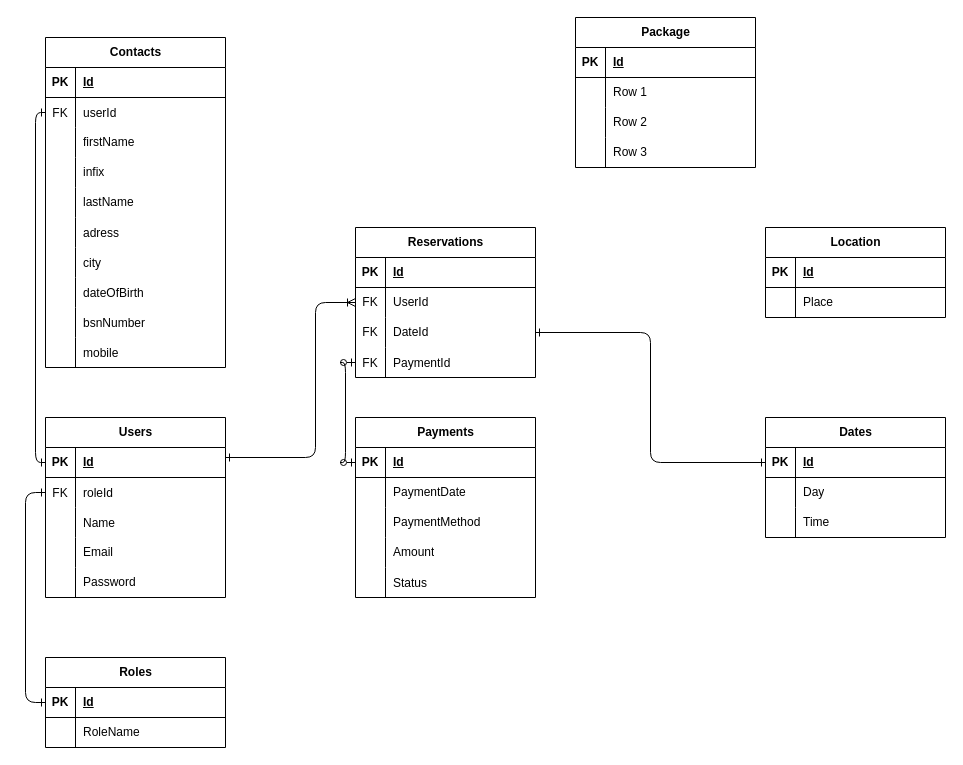
Above: database/erd.drawio in BleuSkell/windkracht12 (draw.io), before the change. Source tidied: cells renumbered, new cells numbered last; positions are measured from the earlier drawing's top-left corner, leaving out a move shared by most shapes. Both pictures are drawn from the tidied source at 100%, with x=0, y=0 at pixel (25, 17).
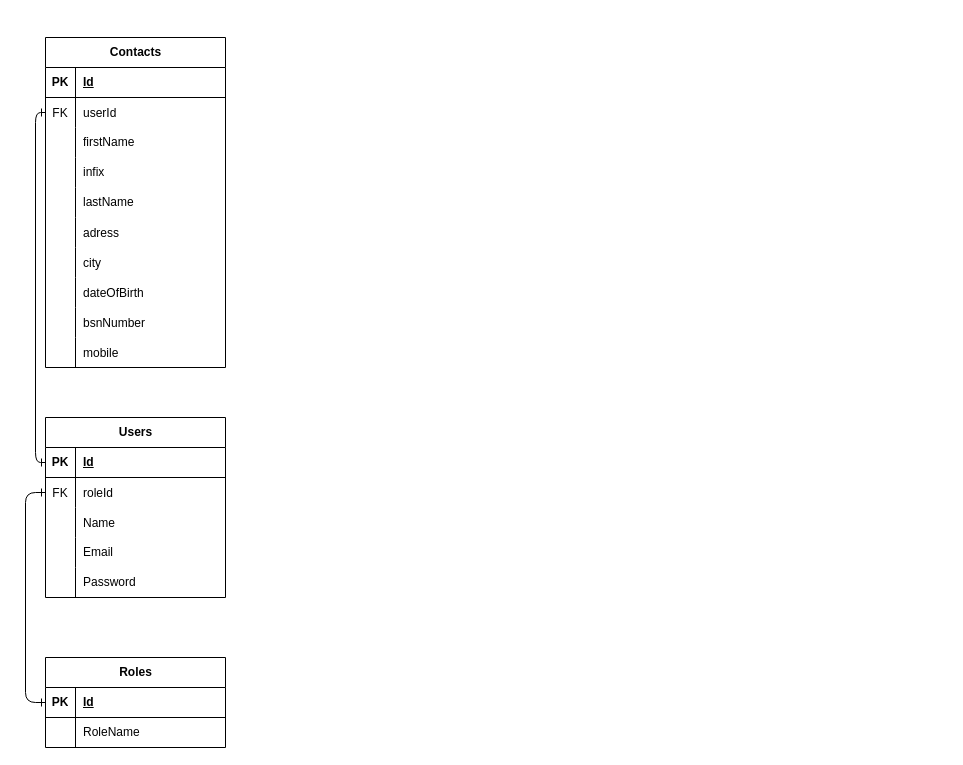
After the change.

The change refers to these unchanged cells:
```xml
<mxCell id="3" style="shape=tableRow;horizontal=0;startSize=0;swimlaneHead=0;swimlaneBody=0;fillColor=none;points=[[0,0.5],[1,0.5]];portConstraint=eastwest;top=0;left=0;right=0;bottom=1;" parent="2" vertex="1">
  <mxGeometry y="30" width="180" height="30" as="geometry" />
</mxCell>
```

What changed in the source:
```diff
@@
-    <mxCell id="25" value="Reservations" style="shape=table;startSize=30;childLayout=tableLayout;rowLines=0;fontStyle=1;align=center;html=1;" parent="1" vertex="1">
-      <mxGeometry x="330" y="210" width="180" height="150" as="geometry" />
-    </mxCell>
-    <mxCell id="26" style="shape=tableRow;horizontal=0;startSize=0;swimlaneHead=0;swimlaneBody=0;fillColor=none;top=0;left=0;right=0;bottom=1;" parent="25" vertex="1">
-      <mxGeometry y="30" width="180" height="30" as="geometry" />
-    </mxCell>
-    <mxCell id="27" value="PK" style="shape=partialRectangle;fillColor=none;top=0;left=0;bottom=0;right=0;fontStyle=1;overflow=hidden;whiteSpace=wrap;html=1;" parent="26" vertex="1">
-      <mxGeometry width="30" height="30" as="geometry" />
-    </mxCell>
-    <mxCell id="28" value="Id" style="shape=partialRectangle;fillColor=none;top=0;left=0;bottom=0;right=0;align=left;spacingLeft=6;fontStyle=5;overflow=hidden;whiteSpace=wrap;html=1;" parent="26" vertex="1">
-      <mxGeometry x="30" width="150" height="30" as="geometry" />
-    </mxCell>
-    <mxCell id="29" style="shape=tableRow;horizontal=0;startSize=0;swimlaneHead=0;swimlaneBody=0;fillColor=none;points=[[0,0.5],[1,0.5]];portConstraint=eastwest;top=0;left=0;right=0;bottom=0;" parent="25" vertex="1">
-      <mxGeometry y="60" width="180" height="30" as="geometry" />
-    </mxCell>
-    <mxCell id="30" value="FK" style="shape=partialRectangle;fillColor=none;top=0;left=0;bottom=0;right=0;overflow=hidden;whiteSpace=wrap;html=1;" parent="29" vertex="1">
-      <mxGeometry width="30" height="30" as="geometry" />
-    </mxCell>
-    <mxCell id="31" value="UserId" style="shape=partialRectangle;fillColor=none;top=0;left=0;bottom=0;right=0;align=left;spacingLeft=6;overflow=hidden;whiteSpace=wrap;html=1;" parent="29" vertex="1">
-      <mxGeometry x="30" width="150" height="30" as="geometry" />
-    </mxCell>
-    <mxCell id="32" style="shape=tableRow;horizontal=0;startSize=0;swimlaneHead=0;swimlaneBody=0;fillColor=none;points=[[0,0.5],[1,0.5]];portConstraint=eastwest;top=0;left=0;right=0;bottom=0;" parent="25" vertex="1">
-      <mxGeometry y="90" width="180" height="30" as="geometry" />
-    </mxCell>
-    <mxCell id="33" value="FK" style="shape=partialRectangle;fillColor=none;top=0;left=0;bottom=0;right=0;overflow=hidden;whiteSpace=wrap;html=1;" parent="32" vertex="1">
-      <mxGeometry width="30" height="30" as="geometry" />
-    </mxCell>
-    <mxCell id="34" value="DateId" style="shape=partialRectangle;fillColor=none;top=0;left=0;bottom=0;right=0;align=left;spacingLeft=6;overflow=hidden;whiteSpace=wrap;html=1;" parent="32" vertex="1">
-      <mxGeometry x="30" width="150" height="30" as="geometry" />
-    </mxCell>
-    <mxCell id="35" style="shape=tableRow;horizontal=0;startSize=0;swimlaneHead=0;swimlaneBody=0;fillColor=none;points=[[0,0.5],[1,0.5]];portConstraint=eastwest;top=0;left=0;right=0;bottom=0;" parent="25" vertex="1">
-      <mxGeometry y="120" width="180" height="30" as="geometry" />
-    </mxCell>
-    <mxCell id="36" value="FK" style="shape=partialRectangle;fillColor=none;top=0;left=0;bottom=0;right=0;overflow=hidden;" parent="35" vertex="1">
-      <mxGeometry width="30" height="30" as="geometry" />
-    </mxCell>
-    <mxCell id="37" value="PaymentId" style="shape=partialRectangle;fillColor=none;top=0;left=0;bottom=0;right=0;align=left;spacingLeft=6;overflow=hidden;" parent="35" vertex="1">
-      <mxGeometry x="30" width="150" height="30" as="geometry" />
-    </mxCell>
-    <mxCell id="38" value="Dates" style="shape=table;startSize=30;childLayout=tableLayout;rowLines=0;fontStyle=1;align=center;html=1;" parent="1" vertex="1">
-      <mxGeometry x="740" y="400" width="180" height="120" as="geometry" />
-    </mxCell>
-    <mxCell id="39" style="shape=tableRow;horizontal=0;startSize=0;swimlaneHead=0;swimlaneBody=0;fillColor=none;points=[[0,0.5],[1,0.5]];portConstraint=eastwest;top=0;left=0;right=0;bottom=1;" parent="38" vertex="1">
-      <mxGeometry y="30" width="180" height="30" as="geometry" />
-    </mxCell>
-    <mxCell id="40" value="PK" style="shape=partialRectangle;fillColor=none;top=0;left=0;bottom=0;right=0;fontStyle=1;overflow=hidden;whiteSpace=wrap;html=1;" parent="39" vertex="1">
-      <mxGeometry width="30" height="30" as="geometry" />
-    </mxCell>
-    <mxCell id="41" value="Id" style="shape=partialRectangle;fillColor=none;top=0;left=0;bottom=0;right=0;align=left;spacingLeft=6;fontStyle=5;overflow=hidden;whiteSpace=wrap;html=1;" parent="39" vertex="1">
-      <mxGeometry x="30" width="150" height="30" as="geometry" />
-    </mxCell>
-    <mxCell id="42" style="shape=tableRow;horizontal=0;startSize=0;swimlaneHead=0;swimlaneBody=0;fillColor=none;top=0;left=0;right=0;bottom=0;" parent="38" vertex="1">
-      <mxGeometry y="60" width="180" height="30" as="geometry" />
-    </mxCell>
-    <mxCell id="43" style="shape=partialRectangle;fillColor=none;top=0;left=0;bottom=0;right=0;overflow=hidden;whiteSpace=wrap;html=1;" parent="42" vertex="1">
-      <mxGeometry width="30" height="30" as="geometry" />
-    </mxCell>
-    <mxCell id="44" value="Day" style="shape=partialRectangle;fillColor=none;top=0;left=0;bottom=0;right=0;align=left;spacingLeft=6;overflow=hidden;whiteSpace=wrap;html=1;" parent="42" vertex="1">
-      <mxGeometry x="30" width="150" height="30" as="geometry" />
-    </mxCell>
-    <mxCell id="45" style="shape=tableRow;horizontal=0;startSize=0;swimlaneHead=0;swimlaneBody=0;fillColor=none;top=0;left=0;right=0;bottom=0;" parent="38" vertex="1">
-      <mxGeometry y="90" width="180" height="30" as="geometry" />
-    </mxCell>
-    <mxCell id="46" style="shape=partialRectangle;fillColor=none;top=0;left=0;bottom=0;right=0;overflow=hidden;whiteSpace=wrap;html=1;" parent="45" vertex="1">
-      <mxGeometry width="30" height="30" as="geometry" />
-    </mxCell>
-    <mxCell id="47" value="Time" style="shape=partialRectangle;fillColor=none;top=0;left=0;bottom=0;right=0;align=left;spacingLeft=6;overflow=hidden;whiteSpace=wrap;html=1;" parent="45" vertex="1">
-      <mxGeometry x="30" width="150" height="30" as="geometry" />
-    </mxCell>
-    <mxCell id="48" style="edgeStyle=orthogonalEdgeStyle;html=1;startArrow=ERone;startFill=0;endArrow=ERoneToMany;endFill=0;" parent="1" edge="1" source="3" target="29">
-      <mxGeometry relative="1" as="geometry">
-        <Array as="points">
-          <mxPoint x="290" y="440" />
-          <mxPoint x="290" y="285" />
-        </Array>
-      </mxGeometry>
-    </mxCell>
-    <mxCell id="49" style="edgeStyle=orthogonalEdgeStyle;html=1;startArrow=ERone;startFill=0;endArrow=ERone;endFill=0;" parent="1" edge="1" source="39" target="32">
-      <mxGeometry relative="1" as="geometry" />
+    <mxCell id="49" style="edgeStyle=orthogonalEdgeStyle;html=1;startArrow=ERone;startFill=0;endArrow=ERone;endFill=0;" parent="1" edge="1">
+      <mxGeometry relative="1" as="geometry">
+        <mxPoint x="740" y="445" as="sourcePoint" />
+      </mxGeometry>
     </mxCell>
-    <mxCell id="50" value="Payments" style="shape=table;startSize=30;childLayout=tableLayout;rowLines=0;fontStyle=1;align=center;html=1;" parent="1" vertex="1">
-      <mxGeometry x="330" y="400" width="180" height="180" as="geometry" />
-    </mxCell>
-    <mxCell id="51" style="shape=tableRow;horizontal=0;startSize=0;swimlaneHead=0;swimlaneBody=0;fillColor=none;points=[[0,0.5],[1,0.5]];portConstraint=eastwest;top=0;left=0;right=0;bottom=1;" parent="50" vertex="1">
-      <mxGeometry y="30" width="180" height="30" as="geometry" />
-    </mxCell>
-    <mxCell id="52" value="PK" style="shape=partialRectangle;fillColor=none;top=0;left=0;bottom=0;right=0;fontStyle=1;overflow=hidden;whiteSpace=wrap;html=1;" parent="51" vertex="1">
-      <mxGeometry width="30" height="30" as="geometry" />
-    </mxCell>
-    <mxCell id="53" value="Id" style="shape=partialRectangle;fillColor=none;top=0;left=0;bottom=0;right=0;align=left;spacingLeft=6;fontStyle=5;overflow=hidden;whiteSpace=wrap;html=1;" parent="51" vertex="1">
-      <mxGeometry x="30" width="150" height="30" as="geometry" />
-    </mxCell>
-    <mxCell id="54" style="shape=tableRow;horizontal=0;startSize=0;swimlaneHead=0;swimlaneBody=0;fillColor=none;top=0;left=0;right=0;bottom=0;" parent="50" vertex="1">
-      <mxGeometry y="60" width="180" height="30" as="geometry" />
-    </mxCell>
-    <mxCell id="55" style="shape=partialRectangle;fillColor=none;top=0;left=0;bottom=0;right=0;overflow=hidden;whiteSpace=wrap;html=1;" parent="54" vertex="1">
-      <mxGeometry width="30" height="30" as="geometry" />
-    </mxCell>
-    <mxCell id="56" value="PaymentDate" style="shape=partialRectangle;fillColor=none;top=0;left=0;bottom=0;right=0;align=left;spacingLeft=6;overflow=hidden;whiteSpace=wrap;html=1;" parent="54" vertex="1">
-      <mxGeometry x="30" width="150" height="30" as="geometry" />
-    </mxCell>
-    <mxCell id="57" style="shape=tableRow;horizontal=0;startSize=0;swimlaneHead=0;swimlaneBody=0;fillColor=none;top=0;left=0;right=0;bottom=0;" parent="50" vertex="1">
-      <mxGeometry y="90" width="180" height="30" as="geometry" />
-    </mxCell>
-    <mxCell id="58" style="shape=partialRectangle;fillColor=none;top=0;left=0;bottom=0;right=0;overflow=hidden;whiteSpace=wrap;html=1;" parent="57" vertex="1">
-      <mxGeometry width="30" height="30" as="geometry" />
-    </mxCell>
-    <mxCell id="59" value="PaymentMethod" style="shape=partialRectangle;fillColor=none;top=0;left=0;bottom=0;right=0;align=left;spacingLeft=6;overflow=hidden;whiteSpace=wrap;html=1;" parent="57" vertex="1">
-      <mxGeometry x="30" width="150" height="30" as="geometry" />
-    </mxCell>
-    <mxCell id="60" style="shape=tableRow;horizontal=0;startSize=0;swimlaneHead=0;swimlaneBody=0;fillColor=none;top=0;left=0;right=0;bottom=0;" parent="50" vertex="1">
-      <mxGeometry y="120" width="180" height="30" as="geometry" />
-    </mxCell>
-    <mxCell id="61" style="shape=partialRectangle;fillColor=none;top=0;left=0;bottom=0;right=0;overflow=hidden;whiteSpace=wrap;html=1;" parent="60" vertex="1">
-      <mxGeometry width="30" height="30" as="geometry" />
-    </mxCell>
-    <mxCell id="62" value="Amount" style="shape=partialRectangle;fillColor=none;top=0;left=0;bottom=0;right=0;align=left;spacingLeft=6;overflow=hidden;whiteSpace=wrap;html=1;" parent="60" vertex="1">
-      <mxGeometry x="30" width="150" height="30" as="geometry" />
-    </mxCell>
-    <mxCell id="63" style="shape=tableRow;horizontal=0;startSize=0;swimlaneHead=0;swimlaneBody=0;fillColor=none;top=0;left=0;right=0;bottom=0;" parent="50" vertex="1">
-      <mxGeometry y="150" width="180" height="30" as="geometry" />
-    </mxCell>
-    <mxCell id="64" style="shape=partialRectangle;fillColor=none;top=0;left=0;bottom=0;right=0;overflow=hidden;" parent="63" vertex="1">
-      <mxGeometry width="30" height="30" as="geometry" />
-    </mxCell>
-    <mxCell id="65" value="Status" style="shape=partialRectangle;fillColor=none;top=0;left=0;bottom=0;right=0;align=left;spacingLeft=6;overflow=hidden;" parent="63" vertex="1">
-      <mxGeometry x="30" width="150" height="30" as="geometry" />
-    </mxCell>
-    <mxCell id="66" style="edgeStyle=orthogonalEdgeStyle;html=1;startArrow=ERzeroToOne;startFill=0;endArrow=ERzeroToOne;endFill=0;" parent="1" edge="1" source="51" target="35">
+    <mxCell id="66" style="edgeStyle=orthogonalEdgeStyle;html=1;startArrow=ERzeroToOne;startFill=0;endArrow=ERzeroToOne;endFill=0;" parent="1" edge="1">
       <mxGeometry relative="1" as="geometry">
+        <mxPoint x="330" y="445" as="sourcePoint" />
         <Array as="points">
           <mxPoint x="320" y="445" />
           <mxPoint x="320" y="345" />
         </Array>
       </mxGeometry>
     </mxCell>
@@
-    <mxCell id="100" value="Location" style="shape=table;startSize=30;childLayout=tableLayout;rowLines=0;fontStyle=1;align=center;html=1;" parent="1" vertex="1">
-      <mxGeometry x="740" y="210" width="180" height="90" as="geometry" />
-    </mxCell>
-    <mxCell id="101" style="shape=tableRow;horizontal=0;startSize=0;swimlaneHead=0;swimlaneBody=0;fillColor=none;top=0;left=0;right=0;bottom=1;" parent="100" vertex="1">
-      <mxGeometry y="30" width="180" height="30" as="geometry" />
-    </mxCell>
-    <mxCell id="102" value="PK" style="shape=partialRectangle;fillColor=none;top=0;left=0;bottom=0;right=0;fontStyle=1;overflow=hidden;whiteSpace=wrap;html=1;" parent="101" vertex="1">
-      <mxGeometry width="30" height="30" as="geometry" />
-    </mxCell>
-    <mxCell id="103" value="Id" style="shape=partialRectangle;fillColor=none;top=0;left=0;bottom=0;right=0;align=left;spacingLeft=6;fontStyle=5;overflow=hidden;whiteSpace=wrap;html=1;" parent="101" vertex="1">
-      <mxGeometry x="30" width="150" height="30" as="geometry" />
-    </mxCell>
-    <mxCell id="104" style="shape=tableRow;horizontal=0;startSize=0;swimlaneHead=0;swimlaneBody=0;fillColor=none;top=0;left=0;right=0;bottom=0;" parent="100" vertex="1">
-      <mxGeometry y="60" width="180" height="30" as="geometry" />
-    </mxCell>
-    <mxCell id="105" style="shape=partialRectangle;fillColor=none;top=0;left=0;bottom=0;right=0;overflow=hidden;whiteSpace=wrap;html=1;" parent="104" vertex="1">
-      <mxGeometry width="30" height="30" as="geometry" />
-    </mxCell>
-    <mxCell id="106" value="Place" style="shape=partialRectangle;fillColor=none;top=0;left=0;bottom=0;right=0;align=left;spacingLeft=6;overflow=hidden;whiteSpace=wrap;html=1;" parent="104" vertex="1">
-      <mxGeometry x="30" width="150" height="30" as="geometry" />
-    </mxCell>
-    <mxCell id="107" value="Package" style="shape=table;startSize=30;childLayout=tableLayout;rowLines=0;fontStyle=1;align=center;html=1;" parent="1" vertex="1">
-      <mxGeometry x="550" width="180" height="150" as="geometry" />
-    </mxCell>
-    <mxCell id="108" style="shape=tableRow;horizontal=0;startSize=0;swimlaneHead=0;swimlaneBody=0;fillColor=none;top=0;left=0;right=0;bottom=1;" parent="107" vertex="1">
-      <mxGeometry y="30" width="180" height="30" as="geometry" />
-    </mxCell>
-    <mxCell id="109" value="PK" style="shape=partialRectangle;fillColor=none;top=0;left=0;bottom=0;right=0;fontStyle=1;overflow=hidden;whiteSpace=wrap;html=1;" parent="108" vertex="1">
-      <mxGeometry width="30" height="30" as="geometry" />
-    </mxCell>
-    <mxCell id="110" value="Id" style="shape=partialRectangle;fillColor=none;top=0;left=0;bottom=0;right=0;align=left;spacingLeft=6;fontStyle=5;overflow=hidden;whiteSpace=wrap;html=1;" parent="108" vertex="1">
-      <mxGeometry x="30" width="150" height="30" as="geometry" />
-    </mxCell>
-    <mxCell id="111" style="shape=tableRow;horizontal=0;startSize=0;swimlaneHead=0;swimlaneBody=0;fillColor=none;top=0;left=0;right=0;bottom=0;" parent="107" vertex="1">
-      <mxGeometry y="60" width="180" height="30" as="geometry" />
-    </mxCell>
-    <mxCell id="112" style="shape=partialRectangle;fillColor=none;top=0;left=0;bottom=0;right=0;overflow=hidden;whiteSpace=wrap;html=1;" parent="111" vertex="1">
-      <mxGeometry width="30" height="30" as="geometry" />
-    </mxCell>
-    <mxCell id="113" value="Row 1" style="shape=partialRectangle;fillColor=none;top=0;left=0;bottom=0;right=0;align=left;spacingLeft=6;overflow=hidden;whiteSpace=wrap;html=1;" parent="111" vertex="1">
-      <mxGeometry x="30" width="150" height="30" as="geometry" />
-    </mxCell>
-    <mxCell id="114" style="shape=tableRow;horizontal=0;startSize=0;swimlaneHead=0;swimlaneBody=0;fillColor=none;top=0;left=0;right=0;bottom=0;" parent="107" vertex="1">
-      <mxGeometry y="90" width="180" height="30" as="geometry" />
-    </mxCell>
-    <mxCell id="115" style="shape=partialRectangle;fillColor=none;top=0;left=0;bottom=0;right=0;overflow=hidden;whiteSpace=wrap;html=1;" parent="114" vertex="1">
-      <mxGeometry width="30" height="30" as="geometry" />
-    </mxCell>
-    <mxCell id="116" value="Row 2" style="shape=partialRectangle;fillColor=none;top=0;left=0;bottom=0;right=0;align=left;spacingLeft=6;overflow=hidden;whiteSpace=wrap;html=1;" parent="114" vertex="1">
-      <mxGeometry x="30" width="150" height="30" as="geometry" />
-    </mxCell>
-    <mxCell id="117" style="shape=tableRow;horizontal=0;startSize=0;swimlaneHead=0;swimlaneBody=0;fillColor=none;top=0;left=0;right=0;bottom=0;" parent="107" vertex="1">
-      <mxGeometry y="120" width="180" height="30" as="geometry" />
-    </mxCell>
-    <mxCell id="118" style="shape=partialRectangle;fillColor=none;top=0;left=0;bottom=0;right=0;overflow=hidden;whiteSpace=wrap;html=1;" parent="117" vertex="1">
-      <mxGeometry width="30" height="30" as="geometry" />
-    </mxCell>
-    <mxCell id="119" value="Row 3" style="shape=partialRectangle;fillColor=none;top=0;left=0;bottom=0;right=0;align=left;spacingLeft=6;overflow=hidden;whiteSpace=wrap;html=1;" parent="117" vertex="1">
-      <mxGeometry x="30" width="150" height="30" as="geometry" />
-    </mxCell>
```
